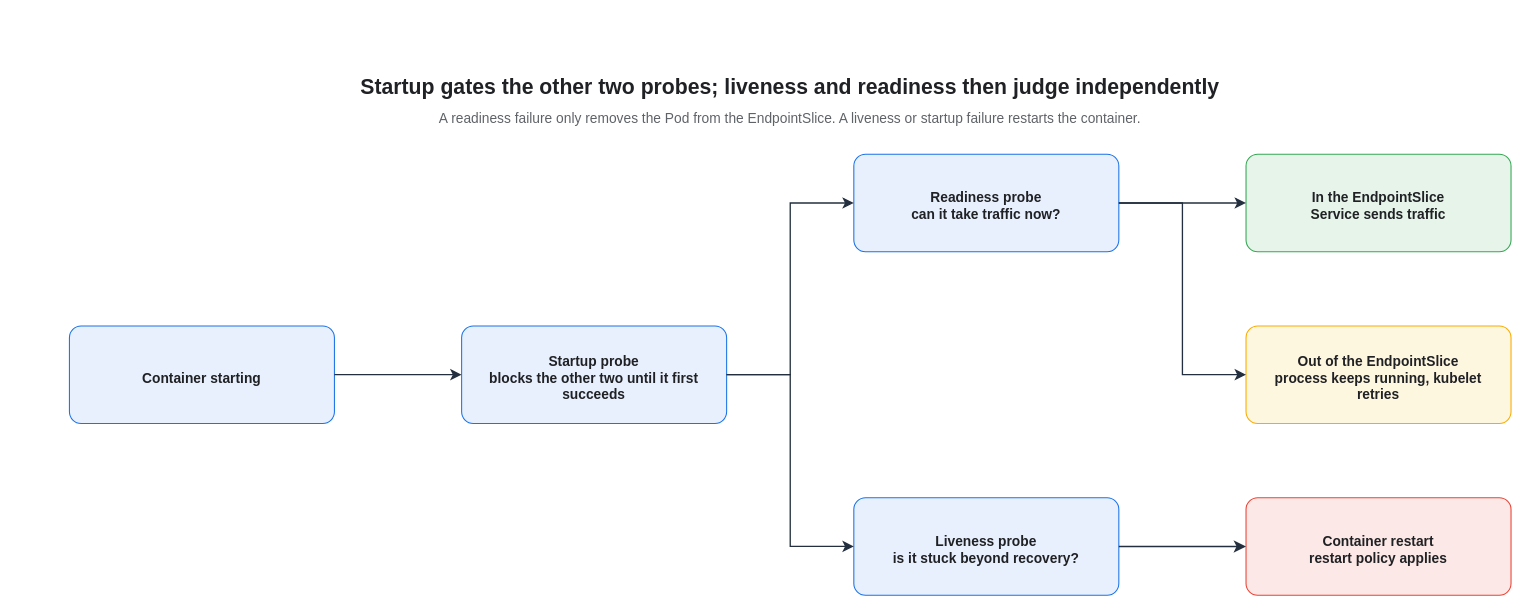
This is assets/img/kubernetes/probe-state-flow.drawio from KKamJi98/kkamji98.github.io, a draw.io file, before an edit. Source tidied: cells renumbered, new cells numbered last; positions are measured from the earlier drawing's top-left corner, leaving out a move shared by most shapes. Both pictures are drawn from the tidied source at 106%, with x=0, y=0 at pixel (69, 69).
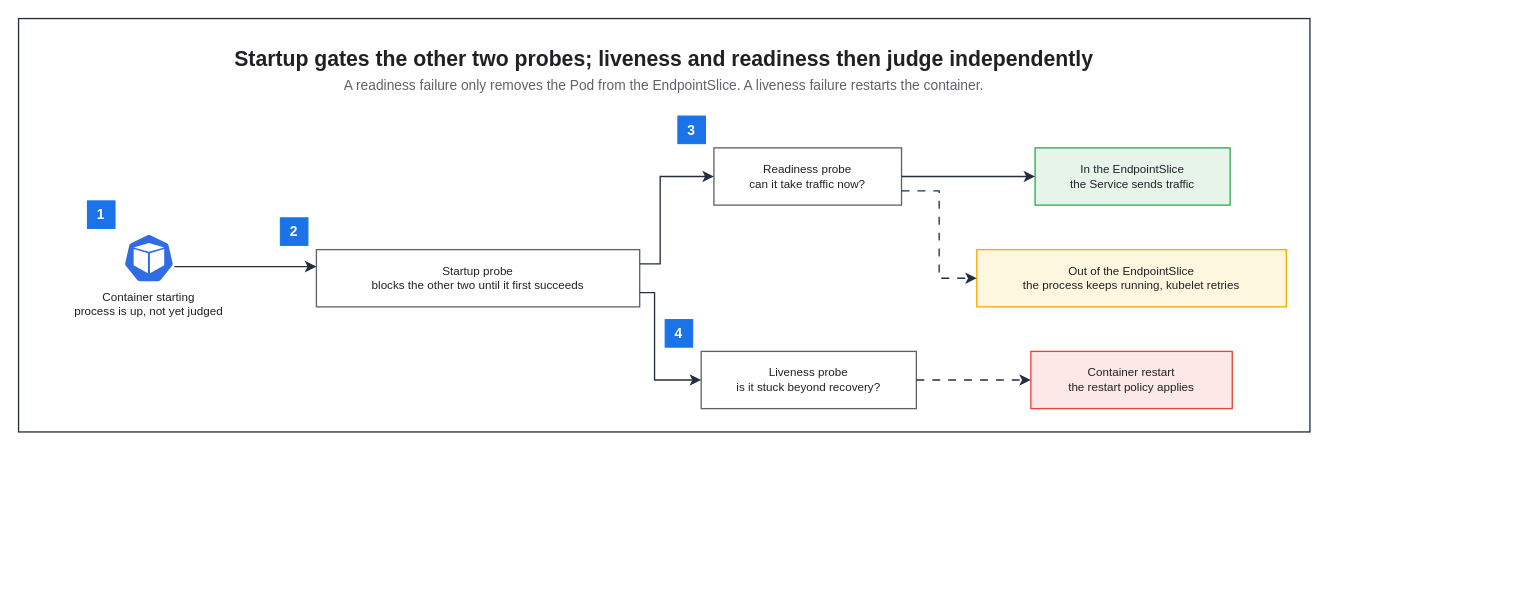
The same page after the edit.

Diff of the diagram source:
```diff
@@
+    <mxCell id="17" style="rounded=0;html=0;fillColor=none;strokeColor=#232F3E;fontColor=#202124;strokeWidth=1.25;" parent="1" vertex="1">
+      <mxGeometry x="-48" y="-48" width="1218.3" height="390" as="geometry" />
+    </mxCell>
-    <mxCell id="2" value="Startup gates the other two probes; liveness and readiness then judge independently" style="text;html=0;strokeColor=none;fillColor=none;align=center;verticalAlign=middle;fontColor=#202124;fontSize=20;fontStyle=1;" parent="1" vertex="1">
-      <mxGeometry width="1360" height="30" as="geometry" />
+    <mxCell id="2" value="Startup gates the other two probes; liveness and readiness then judge independently" style="text;html=0;whiteSpace=wrap;fillColor=none;strokeColor=none;fontColor=#202124;fontSize=20;fontStyle=1;align=center;verticalAlign=middle;" parent="1" vertex="1">
+      <mxGeometry x="-26" y="-26" width="1174.3" height="30" as="geometry" />
     </mxCell>
-    <mxCell id="3" value="A readiness failure only removes the Pod from the EndpointSlice. A liveness or startup failure restarts the container." style="text;html=0;strokeColor=none;fillColor=none;align=center;verticalAlign=middle;fontColor=#5F6368;fontSize=13;" parent="1" vertex="1">
-      <mxGeometry y="34" width="1360" height="24" as="geometry" />
+    <mxCell id="3" value="A readiness failure only removes the Pod from the EndpointSlice. A liveness failure restarts the container." style="text;html=0;whiteSpace=wrap;fillColor=none;strokeColor=none;fontColor=#5F6368;fontSize=13;fontStyle=0;align=center;verticalAlign=middle;" parent="1" vertex="1">
+      <mxGeometry x="-26" y="4" width="1174.3" height="22" as="geometry" />
     </mxCell>
-    <mxCell id="4" value="Container starting" style="rounded=1;whiteSpace=wrap;html=0;arcSize=12;fillColor=#E8F0FE;strokeColor=#1A73E8;fontColor=#202124;fontSize=13;fontStyle=1;align=center;verticalAlign=middle;spacingTop=6;spacingLeft=6;spacingRight=6;" parent="1" vertex="1">
-      <mxGeometry y="242" width="250" height="92" as="geometry" />
+    <mxCell id="4" value="Container starting&#10;process is up, not yet judged" style="sketch=0;outlineConnect=0;gradientColor=none;html=0;whiteSpace=nowrap;fontSize=11;fontStyle=0;fontColor=#202124;verticalLabelPosition=bottom;verticalAlign=top;align=center;labelBackgroundColor=none;fillColor=#326CE5;strokeColor=none;dashed=0;shape=mxgraph.kubernetes.icon;prIcon=pod;" parent="1" vertex="1">
+      <mxGeometry x="51" y="154" width="48" height="48" as="geometry" />
     </mxCell>
-    <mxCell id="5" value="Startup probe&#10;blocks the other two until it first succeeds" style="rounded=1;whiteSpace=wrap;html=0;arcSize=12;fillColor=#E8F0FE;strokeColor=#1A73E8;fontColor=#202124;fontSize=13;fontStyle=1;align=center;verticalAlign=middle;spacingTop=6;spacingLeft=6;spacingRight=6;" parent="1" vertex="1">
-      <mxGeometry x="370" y="242" width="250" height="92" as="geometry" />
+    <mxCell id="5" value="Startup probe&#10;blocks the other two until it first succeeds" style="rounded=0;whiteSpace=wrap;html=0;fillColor=#FFFFFF;strokeColor=#5F6368;fontColor=#202124;fontSize=11;fontStyle=0;align=center;verticalAlign=middle;spacingLeft=6;spacingRight=6;strokeWidth=1.25;" parent="1" vertex="1">
+      <mxGeometry x="233" y="170" width="305" height="54" as="geometry" />
     </mxCell>
-    <mxCell id="6" value="Readiness probe&#10;can it take traffic now?" style="rounded=1;whiteSpace=wrap;html=0;arcSize=12;fillColor=#E8F0FE;strokeColor=#1A73E8;fontColor=#202124;fontSize=13;fontStyle=1;align=center;verticalAlign=middle;spacingTop=6;spacingLeft=6;spacingRight=6;" parent="1" vertex="1">
-      <mxGeometry x="740" y="80" width="250" height="92" as="geometry" />
+    <mxCell id="6" value="Readiness probe&#10;can it take traffic now?" style="rounded=0;whiteSpace=wrap;html=0;fillColor=#FFFFFF;strokeColor=#5F6368;fontColor=#202124;fontSize=11;fontStyle=0;align=center;verticalAlign=middle;spacingLeft=6;spacingRight=6;strokeWidth=1.25;" parent="1" vertex="1">
+      <mxGeometry x="608" y="74" width="177" height="54" as="geometry" />
     </mxCell>
-    <mxCell id="7" value="Liveness probe&#10;is it stuck beyond recovery?" style="rounded=1;whiteSpace=wrap;html=0;arcSize=12;fillColor=#E8F0FE;strokeColor=#1A73E8;fontColor=#202124;fontSize=13;fontStyle=1;align=center;verticalAlign=middle;spacingTop=6;spacingLeft=6;spacingRight=6;" parent="1" vertex="1">
-      <mxGeometry x="740" y="404" width="250" height="92" as="geometry" />
+    <mxCell id="7" value="Liveness probe&#10;is it stuck beyond recovery?" style="rounded=0;whiteSpace=wrap;html=0;fillColor=#FFFFFF;strokeColor=#5F6368;fontColor=#202124;fontSize=11;fontStyle=0;align=center;verticalAlign=middle;spacingLeft=6;spacingRight=6;strokeWidth=1.25;" parent="1" vertex="1">
+      <mxGeometry x="596" y="266" width="203" height="54" as="geometry" />
     </mxCell>
-    <mxCell id="8" value="In the EndpointSlice&#10;Service sends traffic" style="rounded=1;whiteSpace=wrap;html=0;arcSize=12;fillColor=#E6F4EA;strokeColor=#34A853;fontColor=#202124;fontSize=13;fontStyle=1;align=center;verticalAlign=middle;spacingTop=6;spacingLeft=6;spacingRight=6;" parent="1" vertex="1">
-      <mxGeometry x="1110" y="80" width="250" height="92" as="geometry" />
+    <mxCell id="8" value="In the EndpointSlice&#10;the Service sends traffic" style="rounded=0;whiteSpace=wrap;html=0;fillColor=#E6F4EA;strokeColor=#34A853;fontColor=#202124;fontSize=11;fontStyle=0;align=center;verticalAlign=middle;spacingLeft=6;spacingRight=6;strokeWidth=1.25;" parent="1" vertex="1">
+      <mxGeometry x="911" y="74" width="184" height="54" as="geometry" />
     </mxCell>
-    <mxCell id="9" value="Out of the EndpointSlice&#10;process keeps running, kubelet retries" style="rounded=1;whiteSpace=wrap;html=0;arcSize=12;fillColor=#FEF7E0;strokeColor=#F9AB00;fontColor=#202124;fontSize=13;fontStyle=1;align=center;verticalAlign=middle;spacingTop=6;spacingLeft=6;spacingRight=6;" parent="1" vertex="1">
-      <mxGeometry x="1110" y="242" width="250" height="92" as="geometry" />
+    <mxCell id="9" value="Out of the EndpointSlice&#10;the process keeps running, kubelet retries" style="rounded=0;whiteSpace=wrap;html=0;fillColor=#FEF7E0;strokeColor=#F9AB00;fontColor=#202124;fontSize=11;fontStyle=0;align=center;verticalAlign=middle;spacingLeft=6;spacingRight=6;strokeWidth=1.25;" parent="1" vertex="1">
+      <mxGeometry x="856" y="170" width="292" height="54" as="geometry" />
     </mxCell>
-    <mxCell id="10" value="Container restart&#10;restart policy applies" style="rounded=1;whiteSpace=wrap;html=0;arcSize=12;fillColor=#FCE8E6;strokeColor=#EA4335;fontColor=#202124;fontSize=13;fontStyle=1;align=center;verticalAlign=middle;spacingTop=6;spacingLeft=6;spacingRight=6;" parent="1" vertex="1">
-      <mxGeometry x="1110" y="404" width="250" height="92" as="geometry" />
+    <mxCell id="10" value="Container restart&#10;the restart policy applies" style="rounded=0;whiteSpace=wrap;html=0;fillColor=#FCE8E6;strokeColor=#EA4335;fontColor=#202124;fontSize=11;fontStyle=0;align=center;verticalAlign=middle;spacingLeft=6;spacingRight=6;strokeWidth=1.25;" parent="1" vertex="1">
+      <mxGeometry x="907" y="266" width="190" height="54" as="geometry" />
     </mxCell>
+    <mxCell id="18" value="1" style="rounded=0;whiteSpace=wrap;html=0;fillColor=#1A73E8;strokeColor=#1A73E8;fontColor=#FFFFFF;fontSize=13;fontStyle=1;align=center;verticalAlign=middle;" parent="1" vertex="1">
+      <mxGeometry x="17" y="124" width="26" height="26" as="geometry" />
+    </mxCell>
+    <mxCell id="19" value="2" style="rounded=0;whiteSpace=wrap;html=0;fillColor=#1A73E8;strokeColor=#1A73E8;fontColor=#FFFFFF;fontSize=13;fontStyle=1;align=center;verticalAlign=middle;" parent="1" vertex="1">
+      <mxGeometry x="199" y="140" width="26" height="26" as="geometry" />
+    </mxCell>
+    <mxCell id="20" value="3" style="rounded=0;whiteSpace=wrap;html=0;fillColor=#1A73E8;strokeColor=#1A73E8;fontColor=#FFFFFF;fontSize=13;fontStyle=1;align=center;verticalAlign=middle;" parent="1" vertex="1">
+      <mxGeometry x="574" y="44" width="26" height="26" as="geometry" />
+    </mxCell>
+    <mxCell id="21" value="4" style="rounded=0;whiteSpace=wrap;html=0;fillColor=#1A73E8;strokeColor=#1A73E8;fontColor=#FFFFFF;fontSize=13;fontStyle=1;align=center;verticalAlign=middle;" parent="1" vertex="1">
+      <mxGeometry x="562" y="236" width="26" height="26" as="geometry" />
+    </mxCell>
-    <mxCell id="11" style="edgeStyle=orthogonalEdgeStyle;rounded=0;html=0;strokeColor=#232F3E;strokeWidth=1.25;endArrow=classic;endFill=1;endSize=7;fontSize=11;fontColor=#202124;labelBackgroundColor=none;exitX=1;exitY=0.5;entryX=0;entryY=0.5;exitDx=0;exitDy=0;entryDx=0;entryDy=0;" parent="1" edge="1" source="4" target="5">
+    <mxCell id="11" style="edgeStyle=orthogonalEdgeStyle;rounded=0;html=0;strokeColor=#232F3E;strokeWidth=1.25;endArrow=classic;endFill=1;endSize=7;fontSize=11;fontColor=#202124;labelBackgroundColor=none;jettySize=14;exitX=1;exitY=0.6667;entryX=0;entryY=0.2963;exitDx=0;exitDy=0;entryDx=0;entryDy=0;" parent="1" edge="1" source="4" target="5">
       <mxGeometry relative="1" as="geometry" />
     </mxCell>
-    <mxCell id="12" style="edgeStyle=orthogonalEdgeStyle;rounded=0;html=0;strokeColor=#232F3E;strokeWidth=1.25;endArrow=classic;endFill=1;endSize=7;fontSize=11;fontColor=#202124;labelBackgroundColor=none;exitX=1;exitY=0.5;entryX=0;entryY=0.5;exitDx=0;exitDy=0;entryDx=0;entryDy=0;" parent="1" edge="1" source="5" target="6">
+    <mxCell id="12" style="edgeStyle=orthogonalEdgeStyle;rounded=0;html=0;strokeColor=#232F3E;strokeWidth=1.25;endArrow=classic;endFill=1;endSize=7;fontSize=11;fontColor=#202124;labelBackgroundColor=none;jettySize=14;exitX=1;exitY=0.25;entryX=0;entryY=0.5;exitDx=0;exitDy=0;entryDx=0;entryDy=0;" parent="1" edge="1" source="5" target="6">
       <mxGeometry relative="1" as="geometry">
         <Array as="points">
-          <mxPoint x="680" y="288" />
-          <mxPoint x="680" y="126" />
+          <mxPoint x="557.3" y="183.5" />
+          <mxPoint x="557.3" y="101" />
         </Array>
       </mxGeometry>
     </mxCell>
-    <mxCell id="13" style="edgeStyle=orthogonalEdgeStyle;rounded=0;html=0;strokeColor=#232F3E;strokeWidth=1.25;endArrow=classic;endFill=1;endSize=7;fontSize=11;fontColor=#202124;labelBackgroundColor=none;exitX=1;exitY=0.5;entryX=0;entryY=0.5;exitDx=0;exitDy=0;entryDx=0;entryDy=0;" parent="1" edge="1" source="5" target="7">
+    <mxCell id="13" style="edgeStyle=orthogonalEdgeStyle;rounded=0;html=0;strokeColor=#232F3E;strokeWidth=1.25;endArrow=classic;endFill=1;endSize=7;fontSize=11;fontColor=#202124;labelBackgroundColor=none;jettySize=14;exitX=1;exitY=0.75;entryX=0;entryY=0.5;exitDx=0;exitDy=0;entryDx=0;entryDy=0;" parent="1" edge="1" source="5" target="7">
       <mxGeometry relative="1" as="geometry">
         <Array as="points">
-          <mxPoint x="680" y="288" />
-          <mxPoint x="680" y="450" />
+          <mxPoint x="552" y="210.5" />
+          <mxPoint x="552" y="293" />
         </Array>
       </mxGeometry>
     </mxCell>
-    <mxCell id="14" style="edgeStyle=orthogonalEdgeStyle;rounded=0;html=0;strokeColor=#232F3E;strokeWidth=1.25;endArrow=classic;endFill=1;endSize=7;fontSize=11;fontColor=#202124;labelBackgroundColor=none;exitX=1;exitY=0.5;entryX=0;entryY=0.5;exitDx=0;exitDy=0;entryDx=0;entryDy=0;" parent="1" edge="1" source="6" target="8">
+    <mxCell id="14" style="edgeStyle=orthogonalEdgeStyle;rounded=0;html=0;strokeColor=#232F3E;strokeWidth=1.25;endArrow=classic;endFill=1;endSize=7;fontSize=11;fontColor=#202124;labelBackgroundColor=none;jettySize=14;exitX=1;exitY=0.5;entryX=0;entryY=0.5;exitDx=0;exitDy=0;entryDx=0;entryDy=0;" parent="1" edge="1" source="6" target="8">
       <mxGeometry relative="1" as="geometry" />
     </mxCell>
-    <mxCell id="15" style="edgeStyle=orthogonalEdgeStyle;rounded=0;html=0;strokeColor=#232F3E;strokeWidth=1.25;endArrow=classic;endFill=1;endSize=7;fontSize=11;fontColor=#202124;labelBackgroundColor=none;exitX=1;exitY=0.5;entryX=0;entryY=0.5;exitDx=0;exitDy=0;entryDx=0;entryDy=0;" parent="1" edge="1" source="6" target="9">
+    <mxCell id="15" style="edgeStyle=orthogonalEdgeStyle;rounded=0;html=0;strokeColor=#232F3E;strokeWidth=1.25;endArrow=classic;endFill=1;endSize=7;fontSize=11;fontColor=#202124;labelBackgroundColor=none;jettySize=14;dashed=1;dashPattern=6 6;exitX=1;exitY=0.75;entryX=0;entryY=0.5;exitDx=0;exitDy=0;entryDx=0;entryDy=0;" parent="1" edge="1" source="6" target="9">
       <mxGeometry relative="1" as="geometry">
         <Array as="points">
-          <mxPoint x="1050" y="126" />
-          <mxPoint x="1050" y="288" />
+          <mxPoint x="820.5" y="114.5" />
+          <mxPoint x="820.5" y="197" />
         </Array>
       </mxGeometry>
     </mxCell>
-    <mxCell id="16" style="edgeStyle=orthogonalEdgeStyle;rounded=0;html=0;strokeColor=#232F3E;strokeWidth=1.5;endArrow=classic;endFill=1;endSize=7;fontSize=11;fontColor=#202124;labelBackgroundColor=none;exitX=1;exitY=0.5;entryX=0;entryY=0.5;exitDx=0;exitDy=0;entryDx=0;entryDy=0;" parent="1" edge="1" source="7" target="10">
+    <mxCell id="16" style="edgeStyle=orthogonalEdgeStyle;rounded=0;html=0;strokeColor=#232F3E;strokeWidth=1.25;endArrow=classic;endFill=1;endSize=7;fontSize=11;fontColor=#202124;labelBackgroundColor=none;jettySize=14;dashed=1;dashPattern=6 6;exitX=1;exitY=0.5;entryX=0;entryY=0.5;exitDx=0;exitDy=0;entryDx=0;entryDy=0;" parent="1" edge="1" source="7" target="10">
       <mxGeometry relative="1" as="geometry" />
     </mxCell>
```
